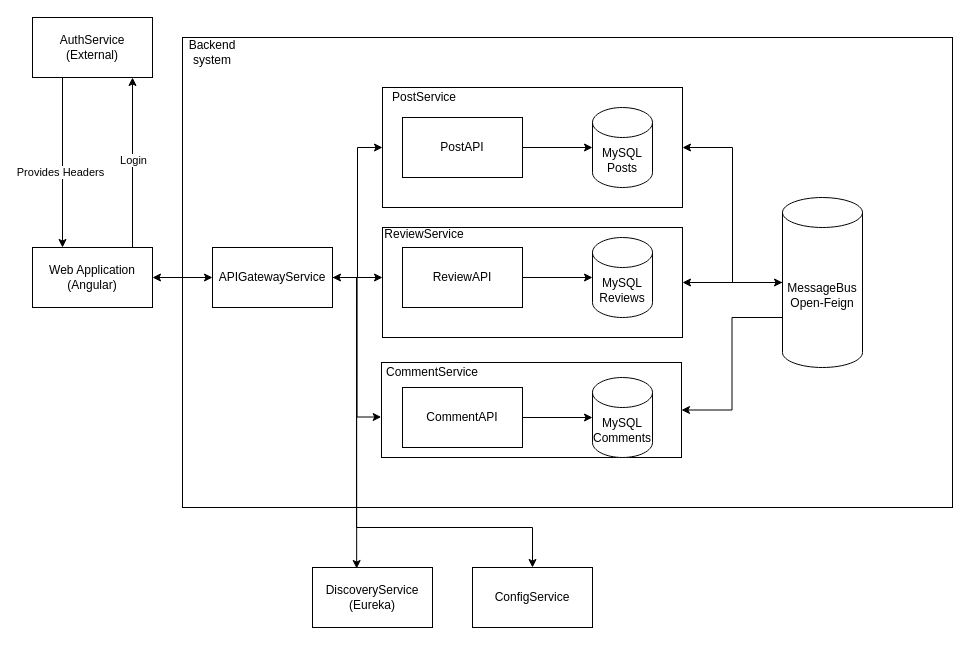
This is architecture/Architecture.drawio from pxlit-projects/project-ThimoGubbelsPXL, a draw.io file, before an edit. Source tidied: cells renumbered, new cells numbered last; positions are measured from the earlier drawing's top-left corner, leaving out a move shared by most shapes. Both pictures are drawn from the tidied source at 100%, with x=0, y=0 at pixel (32, 17).
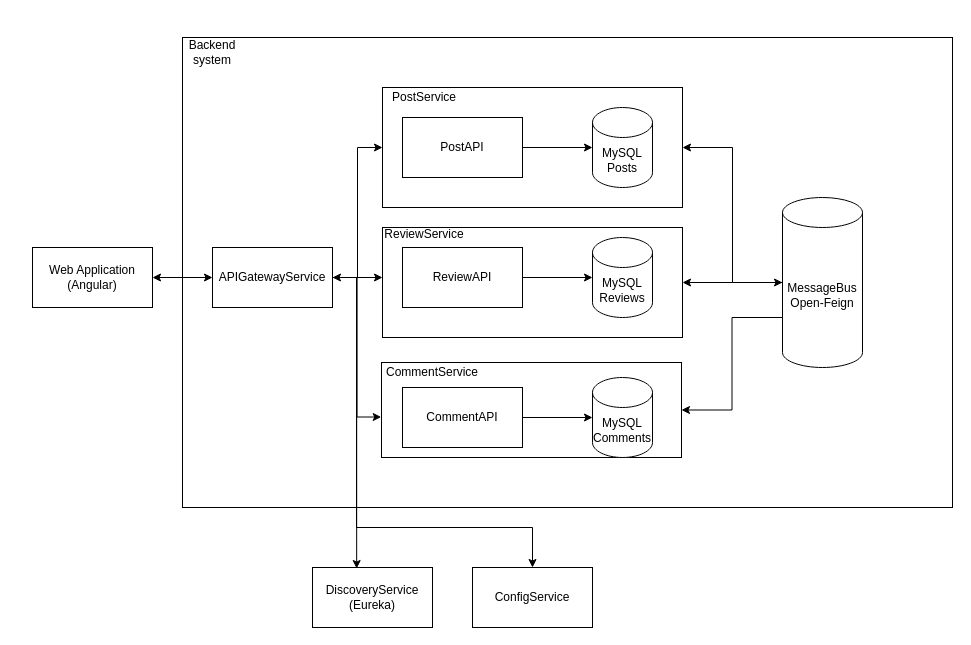
Above is the later version.

Commit message (it also covers changes not shown here):
Adjust architecture image

Unchanged cells that the change refers to:
```xml
<mxCell id="9" value="Web Application&lt;br&gt;(Angular)" style="rounded=0;whiteSpace=wrap;html=1;" parent="1" vertex="1">
  <mxGeometry y="230" width="120" height="60" as="geometry" />
</mxCell>
```

Change to the diagram source:
```diff
@@
-    <mxCell id="6" style="edgeStyle=orthogonalEdgeStyle;rounded=0;orthogonalLoop=1;jettySize=auto;html=1;exitX=0.5;exitY=0;exitDx=0;exitDy=0;entryX=0.5;entryY=1;entryDx=0;entryDy=0;" parent="1" edge="1">
-      <mxGeometry relative="1" as="geometry">
-        <mxPoint x="100" y="230" as="sourcePoint" />
-        <mxPoint x="100" y="60" as="targetPoint" />
-      </mxGeometry>
-    </mxCell>
-    <mxCell id="7" value="Login" style="edgeLabel;html=1;align=center;verticalAlign=middle;" parent="6" vertex="1">
-      <mxGeometry x="0.03" relative="1" as="geometry" />
-    </mxCell>
@@
-    <mxCell id="10" style="edgeStyle=orthogonalEdgeStyle;rounded=0;jettySize=auto;html=1;exitX=0.25;exitY=1;exitDx=0;exitDy=0;entryX=0.25;entryY=0;entryDx=0;entryDy=0;" parent="1" edge="1" source="12" target="9">
-      <mxGeometry relative="1" as="geometry" />
-    </mxCell>
-    <mxCell id="11" value="Provides Headers" style="edgeLabel;html=1;align=center;verticalAlign=middle;" parent="10" vertex="1">
-      <mxGeometry x="0.11" y="-3" relative="1" as="geometry" />
-    </mxCell>
-    <mxCell id="12" value="AuthService&lt;br&gt;(External)" style="rounded=0;whiteSpace=wrap;html=1;" parent="1" vertex="1">
-      <mxGeometry width="120" height="60" as="geometry" />
-    </mxCell>
```
